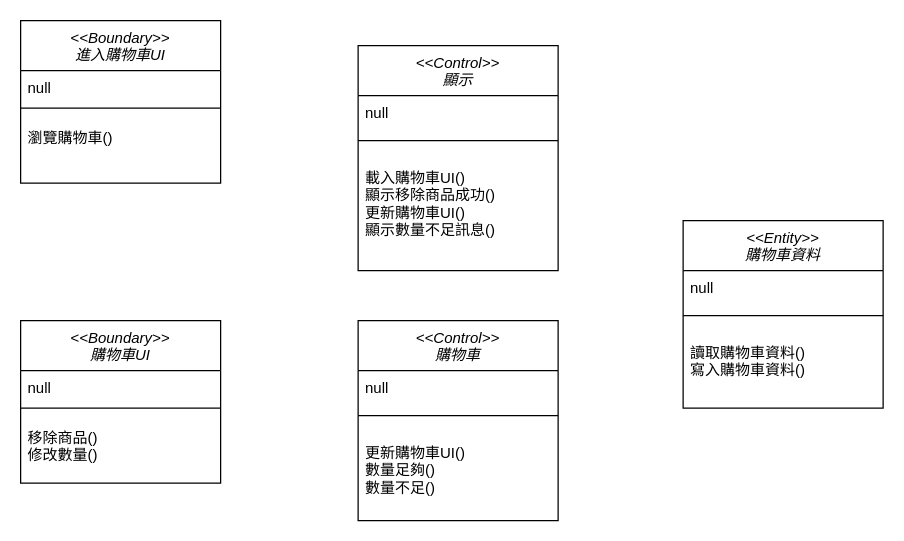
Before: 購物車類別圖0515.drawio in odcs0320/blog, a draw.io diagram. Source tidied: cells renumbered, new cells numbered last; positions are measured from the earlier drawing's top-left corner, leaving out a move shared by most shapes. Both pictures are drawn from the tidied source at 125%, with x=0, y=0 at pixel (20, 20).
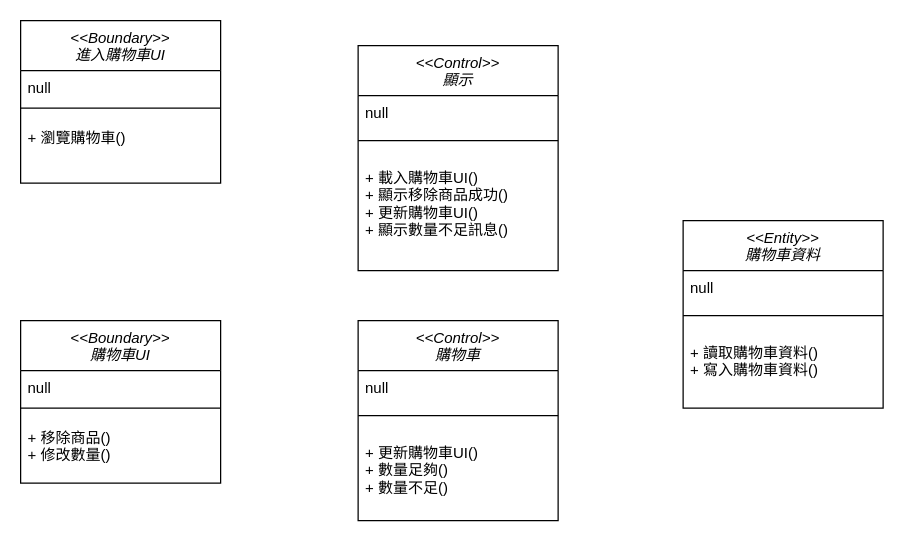
The same diagram, later.

Commit message:
更新購物車類別圖0515.drawio

The change refers to these unchanged cells:
```xml
<mxCell id="2" value="&lt;&lt;Boundary&gt;&gt;&#10;進入購物車UI" style="swimlane;fontStyle=2;align=center;verticalAlign=top;horizontal=1;startSize=40;rounded=0;shadow=0;strokeWidth=1;" parent="1" vertex="1">
  <mxGeometry width="160" height="130" as="geometry" />
</mxCell>
<mxCell id="6" value="&lt;&lt;Boundary&gt;&gt;&#10;購物車UI" style="swimlane;fontStyle=2;align=center;verticalAlign=top;horizontal=1;startSize=40;rounded=0;shadow=0;strokeWidth=1;" parent="1" vertex="1">
  <mxGeometry y="240" width="160" height="130" as="geometry" />
</mxCell>
<mxCell id="10" value="&lt;&lt;Control&gt;&gt;&#10;顯示" style="swimlane;fontStyle=2;align=center;verticalAlign=top;horizontal=1;startSize=40;rounded=0;shadow=0;strokeWidth=1;" parent="1" vertex="1">
  <mxGeometry x="270" y="20" width="160" height="180" as="geometry" />
</mxCell>
<mxCell id="14" value="&lt;&lt;Control&gt;&gt;&#10;購物車" style="swimlane;fontStyle=2;align=center;verticalAlign=top;horizontal=1;startSize=40;rounded=0;shadow=0;strokeWidth=1;" parent="1" vertex="1">
  <mxGeometry x="270" y="240" width="160" height="160" as="geometry" />
</mxCell>
<mxCell id="18" value="&lt;&lt;Entity&gt;&gt;&#10;購物車資料" style="swimlane;fontStyle=2;align=center;verticalAlign=top;horizontal=1;startSize=40;rounded=0;shadow=0;strokeWidth=1;" parent="1" vertex="1">
  <mxGeometry x="530" y="160" width="160" height="150" as="geometry" />
</mxCell>
```

What changed in the source:
```diff
@@
-    <mxCell id="5" value="瀏覽購物車()&#10;" style="text;align=left;verticalAlign=top;spacingLeft=4;spacingRight=4;overflow=hidden;rounded=0;shadow=0;html=0;" parent="2" vertex="1">
+    <mxCell id="5" value="+ 瀏覽購物車()&#10;" style="text;align=left;verticalAlign=top;spacingLeft=4;spacingRight=4;overflow=hidden;rounded=0;shadow=0;html=0;" parent="2" vertex="1">
       <mxGeometry y="80" width="160" height="38" as="geometry" />
     </mxCell>
@@
-    <mxCell id="9" value="移除商品()&#10;修改數量()&#10;" style="text;align=left;verticalAlign=top;spacingLeft=4;spacingRight=4;overflow=hidden;rounded=0;shadow=0;html=0;" parent="6" vertex="1">
+    <mxCell id="9" value="+ 移除商品()&#10;+ 修改數量()&#10;" style="text;align=left;verticalAlign=top;spacingLeft=4;spacingRight=4;overflow=hidden;rounded=0;shadow=0;html=0;" parent="6" vertex="1">
       <mxGeometry y="80" width="160" height="38" as="geometry" />
     </mxCell>
@@
-    <mxCell id="13" value="載入購物車UI()&#10;顯示移除商品成功()&#10;更新購物車UI()&#10;顯示數量不足訊息()" style="text;align=left;verticalAlign=top;spacingLeft=4;spacingRight=4;overflow=hidden;rounded=0;shadow=0;html=0;" parent="10" vertex="1">
+    <mxCell id="13" value="+ 載入購物車UI()&#10;+ 顯示移除商品成功()&#10;+ 更新購物車UI()&#10;+ 顯示數量不足訊息()" style="text;align=left;verticalAlign=top;spacingLeft=4;spacingRight=4;overflow=hidden;rounded=0;shadow=0;html=0;" parent="10" vertex="1">
       <mxGeometry y="92" width="160" height="68" as="geometry" />
     </mxCell>
@@
-    <mxCell id="17" value="更新購物車UI()&#10;數量足夠()&#10;數量不足()" style="text;align=left;verticalAlign=top;spacingLeft=4;spacingRight=4;overflow=hidden;rounded=0;shadow=0;html=0;" parent="14" vertex="1">
+    <mxCell id="17" value="+ 更新購物車UI()&#10;+ 數量足夠()&#10;+ 數量不足()" style="text;align=left;verticalAlign=top;spacingLeft=4;spacingRight=4;overflow=hidden;rounded=0;shadow=0;html=0;" parent="14" vertex="1">
       <mxGeometry y="92" width="160" height="68" as="geometry" />
     </mxCell>
@@
-    <mxCell id="21" value="讀取購物車資料()&#10;寫入購物車資料()" style="text;align=left;verticalAlign=top;spacingLeft=4;spacingRight=4;overflow=hidden;rounded=0;shadow=0;html=0;" parent="18" vertex="1">
+    <mxCell id="21" value="+ 讀取購物車資料()&#10;+ 寫入購物車資料()" style="text;align=left;verticalAlign=top;spacingLeft=4;spacingRight=4;overflow=hidden;rounded=0;shadow=0;html=0;" parent="18" vertex="1">
       <mxGeometry y="92" width="160" height="58" as="geometry" />
     </mxCell>
```
